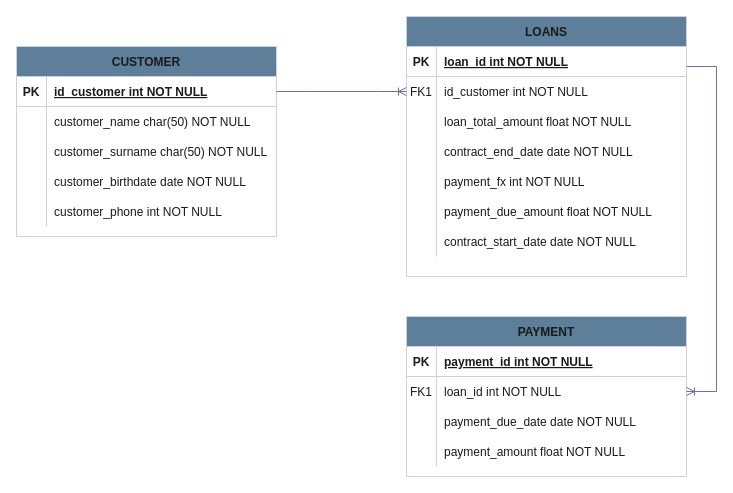
Before: Untitled Diagram.drawio in aleestrada/Aprendo, a draw.io diagram. Source tidied: cells renumbered, new cells numbered last; positions are measured from the earlier drawing's top-left corner, leaving out a move shared by most shapes. Both pictures are drawn from the tidied source at 100%, with x=0, y=0 at pixel (16, -164).
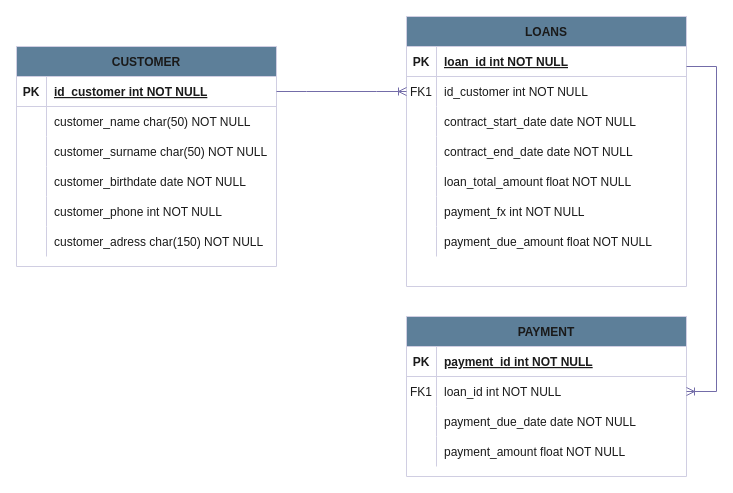
Above is the later version.

The edit, as a diff of the source:
```diff
@@
     <mxCell id="2" value="LOANS" style="shape=table;startSize=30;childLayout=tableLayout;rowLines=0;fontStyle=1;align=center;labelBackgroundColor=none;fillColor=#5D7F99;strokeColor=#D0CEE2;fontColor=#1A1A1A;" parent="1" vertex="1">
-      <mxGeometry x="390" y="180" width="280" height="260" as="geometry" />
+      <mxGeometry x="390" y="180" width="280" height="270" as="geometry" />
     </mxCell>
@@
+    <mxCell id="55" style="shape=partialRectangle;fillColor=none;top=0;left=0;right=0;bottom=0;labelBackgroundColor=none;strokeColor=#D0CEE2;fontColor=#1A1A1A;" parent="2" vertex="1">
+      <mxGeometry y="90" width="280" height="30" as="geometry" />
+    </mxCell>
+    <mxCell id="56" style="shape=partialRectangle;overflow=hidden;fillColor=none;top=0;left=0;bottom=0;right=0;labelBackgroundColor=none;strokeColor=#D0CEE2;fontColor=#1A1A1A;" parent="55" vertex="1">
+      <mxGeometry width="30" height="30" as="geometry" />
+    </mxCell>
+    <mxCell id="23" value="contract_start_date date NOT NULL" style="shape=partialRectangle;overflow=hidden;fillColor=none;top=0;left=0;bottom=0;right=0;align=left;spacingLeft=6;labelBackgroundColor=none;strokeColor=#D0CEE2;fontColor=#1A1A1A;" parent="55" vertex="1">
+      <mxGeometry x="30" width="250" height="30" as="geometry" />
+    </mxCell>
+    <mxCell id="12" style="shape=partialRectangle;fillColor=none;top=0;left=0;right=0;bottom=0;labelBackgroundColor=none;strokeColor=#D0CEE2;fontColor=#1A1A1A;" parent="2" vertex="1">
+      <mxGeometry y="120" width="280" height="30" as="geometry" />
+    </mxCell>
+    <mxCell id="57" style="shape=partialRectangle;overflow=hidden;fillColor=none;top=0;left=0;bottom=0;right=0;labelBackgroundColor=none;strokeColor=#D0CEE2;fontColor=#1A1A1A;" parent="12" vertex="1">
+      <mxGeometry width="30" height="30" as="geometry" />
+    </mxCell>
+    <mxCell id="14" value="contract_end_date date NOT NULL" style="shape=partialRectangle;overflow=hidden;fillColor=none;top=0;left=0;bottom=0;right=0;align=left;spacingLeft=6;labelBackgroundColor=none;strokeColor=#D0CEE2;fontColor=#1A1A1A;" parent="12" vertex="1">
+      <mxGeometry x="30" width="250" height="30" as="geometry" />
+    </mxCell>
     <mxCell id="9" style="shape=partialRectangle;fillColor=none;top=0;left=0;right=0;bottom=0;labelBackgroundColor=none;strokeColor=#D0CEE2;fontColor=#1A1A1A;" parent="2" vertex="1">
-      <mxGeometry y="90" width="280" height="30" as="geometry" />
+      <mxGeometry y="150" width="280" height="30" as="geometry" />
     </mxCell>
@@
-    <mxCell id="12" style="shape=partialRectangle;fillColor=none;top=0;left=0;right=0;bottom=0;labelBackgroundColor=none;strokeColor=#D0CEE2;fontColor=#1A1A1A;" parent="2" vertex="1">
-      <mxGeometry y="120" width="280" height="30" as="geometry" />
-    </mxCell>
-    <mxCell id="13" style="shape=partialRectangle;overflow=hidden;fillColor=none;top=0;left=0;bottom=0;right=0;labelBackgroundColor=none;strokeColor=#D0CEE2;fontColor=#1A1A1A;" parent="12" vertex="1">
-      <mxGeometry width="30" height="30" as="geometry" />
-    </mxCell>
-    <mxCell id="14" value="contract_end_date date NOT NULL" style="shape=partialRectangle;overflow=hidden;fillColor=none;top=0;left=0;bottom=0;right=0;align=left;spacingLeft=6;labelBackgroundColor=none;strokeColor=#D0CEE2;fontColor=#1A1A1A;" parent="12" vertex="1">
-      <mxGeometry x="30" width="250" height="30" as="geometry" />
-    </mxCell>
     <mxCell id="15" style="shape=partialRectangle;fillColor=none;top=0;left=0;right=0;bottom=0;labelBackgroundColor=none;strokeColor=#D0CEE2;fontColor=#1A1A1A;" parent="2" vertex="1">
-      <mxGeometry y="150" width="280" height="30" as="geometry" />
+      <mxGeometry y="180" width="280" height="30" as="geometry" />
     </mxCell>
@@
     <mxCell id="18" style="shape=partialRectangle;fillColor=none;top=0;left=0;right=0;bottom=0;labelBackgroundColor=none;strokeColor=#D0CEE2;fontColor=#1A1A1A;" parent="2" vertex="1">
-      <mxGeometry y="180" width="280" height="30" as="geometry" />
+      <mxGeometry y="210" width="280" height="30" as="geometry" />
     </mxCell>
@@
-    <mxCell id="21" style="shape=partialRectangle;fillColor=none;top=0;left=0;right=0;bottom=0;labelBackgroundColor=none;strokeColor=#D0CEE2;fontColor=#1A1A1A;" parent="2" vertex="1">
-      <mxGeometry y="210" width="280" height="30" as="geometry" />
-    </mxCell>
-    <mxCell id="22" style="shape=partialRectangle;overflow=hidden;fillColor=none;top=0;left=0;bottom=0;right=0;labelBackgroundColor=none;strokeColor=#D0CEE2;fontColor=#1A1A1A;" parent="21" vertex="1">
-      <mxGeometry width="30" height="30" as="geometry" />
-    </mxCell>
-    <mxCell id="23" value="contract_start_date date NOT NULL" style="shape=partialRectangle;overflow=hidden;fillColor=none;top=0;left=0;bottom=0;right=0;align=left;spacingLeft=6;labelBackgroundColor=none;strokeColor=#D0CEE2;fontColor=#1A1A1A;" parent="21" vertex="1">
-      <mxGeometry x="30" width="250" height="30" as="geometry" />
-    </mxCell>
@@
     <mxCell id="37" value="CUSTOMER" style="shape=table;startSize=30;childLayout=tableLayout;rowLines=0;fontStyle=1;align=center;labelBackgroundColor=none;fillColor=#5D7F99;strokeColor=#D0CEE2;fontColor=#1A1A1A;" parent="1" vertex="1">
-      <mxGeometry y="210" width="260" height="190" as="geometry" />
+      <mxGeometry y="210" width="260" height="220" as="geometry" />
     </mxCell>
@@
+    <mxCell id="58" style="shape=partialRectangle;fillColor=none;top=0;left=0;right=0;bottom=0;labelBackgroundColor=none;strokeColor=#D0CEE2;fontColor=#1A1A1A;" parent="37" vertex="1">
+      <mxGeometry y="180" width="260" height="30" as="geometry" />
+    </mxCell>
+    <mxCell id="59" style="shape=partialRectangle;overflow=hidden;fillColor=none;top=0;left=0;bottom=0;right=0;labelBackgroundColor=none;strokeColor=#D0CEE2;fontColor=#1A1A1A;" parent="58" vertex="1">
+      <mxGeometry width="30" height="30" as="geometry" />
+    </mxCell>
+    <mxCell id="60" value="customer_adress char(150) NOT NULL" style="shape=partialRectangle;overflow=hidden;fillColor=none;top=0;left=0;bottom=0;right=0;align=left;spacingLeft=6;labelBackgroundColor=none;strokeColor=#D0CEE2;fontColor=#1A1A1A;" parent="58" vertex="1">
+      <mxGeometry x="30" width="230" height="30" as="geometry" />
+    </mxCell>
```
